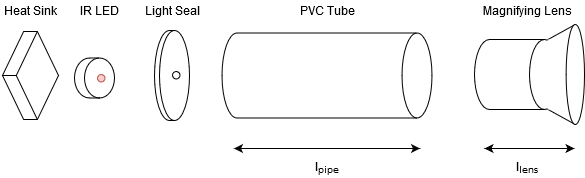
Before: figures/design/beam_tube.png, a diagram exported from draw.io (wylieza/thesis). Source tidied: cells renumbered, new cells last; positions are measured from the earlier drawing's top-left corner, leaving out a move shared by most shapes. Source of this version:
```xml
<mxGraphModel>
  <root>
    <mxCell id="0" />
    <mxCell id="1" parent="0" />
    <mxCell id="2" style="whiteSpace=wrap;html=1;shape=mxgraph.basic.isocube;isoAngle=15;rotation=90;" parent="1" vertex="1">
      <mxGeometry y="77" width="88" height="56" as="geometry" />
    </mxCell>
    <mxCell id="3" style="shape=cylinder3;whiteSpace=wrap;html=1;boundedLbl=1;backgroundOutline=1;size=15;rotation=90;" parent="1" vertex="1">
      <mxGeometry x="298" width="85" height="210" as="geometry" />
    </mxCell>
    <mxCell id="4" style="group;" parent="1" vertex="1">
      <mxGeometry x="88" y="87.5" width="67" height="85" as="geometry" />
    </mxCell>
    <mxCell id="5" style="shape=cylinder3;whiteSpace=wrap;html=1;boundedLbl=1;backgroundOutline=1;size=15;fillColor=#ffffff;rotation=90;" parent="4" vertex="1">
      <mxGeometry width="40" height="40" as="geometry" />
    </mxCell>
    <mxCell id="6" style="ellipse;whiteSpace=wrap;html=1;fillColor=#f8cecc;strokeColor=#b85450;" parent="4" vertex="1">
      <mxGeometry x="23" y="16.5" width="7.5" height="7.5" as="geometry" />
    </mxCell>
    <mxCell id="7" style="group;" parent="1" vertex="1">
      <mxGeometry x="168" y="60" width="35" height="90" as="geometry" />
    </mxCell>
    <mxCell id="8" style="shape=cylinder3;whiteSpace=wrap;html=1;boundedLbl=1;backgroundOutline=1;size=15;fillColor=#ffffff;rotation=90;" parent="7" vertex="1">
      <mxGeometry x="-27.5" y="27.5" width="90" height="35" as="geometry" />
    </mxCell>
    <mxCell id="9" style="ellipse;whiteSpace=wrap;html=1;fillColor=#ffffff;" parent="7" vertex="1">
      <mxGeometry x="18" y="41" width="7.5" height="7.5" as="geometry" />
    </mxCell>
    <mxCell id="10" value="PVC Tube" style="text;html=1;strokeColor=none;fillColor=none;align=center;verticalAlign=middle;whiteSpace=wrap;rounded=0;" parent="1" vertex="1">
      <mxGeometry x="310.5" y="30" width="60" height="20" as="geometry" />
    </mxCell>
    <mxCell id="11" value="Magnifying Lens" style="text;html=1;strokeColor=none;fillColor=none;align=center;verticalAlign=middle;whiteSpace=wrap;rounded=0;" parent="1" vertex="1">
      <mxGeometry x="490.5" y="30" width="100" height="20" as="geometry" />
    </mxCell>
    <mxCell id="12" value="Light Seal" style="text;html=1;strokeColor=none;fillColor=none;align=center;verticalAlign=middle;whiteSpace=wrap;rounded=0;" parent="1" vertex="1">
      <mxGeometry x="145.5" y="30" width="80" height="20" as="geometry" />
    </mxCell>
    <mxCell id="13" value="IR LED" style="text;html=1;strokeColor=none;fillColor=none;align=center;verticalAlign=middle;whiteSpace=wrap;rounded=0;" parent="1" vertex="1">
      <mxGeometry x="88" y="30" width="50" height="20" as="geometry" />
    </mxCell>
    <mxCell id="14" value="Heat Sink" style="text;html=1;strokeColor=none;fillColor=none;align=center;verticalAlign=middle;whiteSpace=wrap;rounded=0;" parent="1" vertex="1">
      <mxGeometry x="14" y="30" width="60" height="20" as="geometry" />
    </mxCell>
    <mxCell id="15" style="endArrow=classic;startArrow=classic;html=1;" parent="1" edge="1">
      <mxGeometry relative="1" as="geometry">
        <mxPoint x="247.5" y="178" as="sourcePoint" />
        <mxPoint x="433.5" y="178" as="targetPoint" />
      </mxGeometry>
    </mxCell>
    <mxCell id="16" style="endArrow=classic;startArrow=classic;html=1;" parent="1" edge="1">
      <mxGeometry relative="1" as="geometry">
        <mxPoint x="498" y="178" as="sourcePoint" />
        <mxPoint x="588" y="178" as="targetPoint" />
      </mxGeometry>
    </mxCell>
    <mxCell id="17" value="l&lt;sub&gt;pipe&lt;/sub&gt;" style="text;html=1;strokeColor=none;fillColor=none;align=center;verticalAlign=middle;whiteSpace=wrap;rounded=0;" parent="1" vertex="1">
      <mxGeometry x="320.5" y="186.5" width="40" height="20" as="geometry" />
    </mxCell>
    <mxCell id="18" value="l&lt;sub&gt;lens&lt;/sub&gt;" style="text;html=1;strokeColor=none;fillColor=none;align=center;verticalAlign=middle;whiteSpace=wrap;rounded=0;" parent="1" vertex="1">
      <mxGeometry x="520.5" y="186.5" width="40" height="20" as="geometry" />
    </mxCell>
    <mxCell id="19" style="verticalLabelPosition=bottom;verticalAlign=top;html=1;shape=mxgraph.basic.cone;rotation=-90;" parent="1" vertex="1">
      <mxGeometry x="498" y="54" width="100" height="100" as="geometry" />
    </mxCell>
    <mxCell id="20" style="shape=cylinder3;whiteSpace=wrap;html=1;boundedLbl=1;backgroundOutline=1;size=15;fillColor=#ffffff;rotation=90;" parent="1" vertex="1">
      <mxGeometry x="495.5" y="61.5" width="70" height="85" as="geometry" />
    </mxCell>
    <mxCell id="21" style="rounded=0;whiteSpace=wrap;html=1;fillColor=#ffffff;direction=south;strokeColor=none;" parent="1" vertex="1">
      <mxGeometry x="561" y="69" width="16" height="70" as="geometry" />
    </mxCell>
  </root>
</mxGraphModel>
```
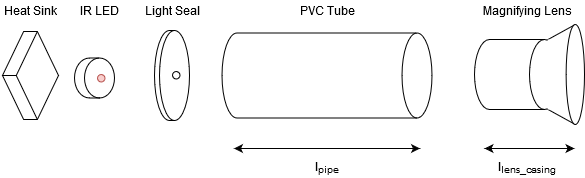
Later version of the same file.

Commit message:
light focus system

Change to the diagram source:
```diff
@@ -56,7 +56,7 @@
     <mxCell id="17" value="l&lt;sub&gt;pipe&lt;/sub&gt;" style="text;html=1;strokeColor=none;fillColor=none;align=center;verticalAlign=middle;whiteSpace=wrap;rounded=0;" parent="1" vertex="1">
       <mxGeometry x="320.5" y="186.5" width="40" height="20" as="geometry" />
     </mxCell>
-    <mxCell id="18" value="l&lt;sub&gt;lens&lt;/sub&gt;" style="text;html=1;strokeColor=none;fillColor=none;align=center;verticalAlign=middle;whiteSpace=wrap;rounded=0;" parent="1" vertex="1">
+    <mxCell id="18" value="l&lt;sub&gt;lens_casing&lt;/sub&gt;" style="text;html=1;strokeColor=none;fillColor=none;align=center;verticalAlign=middle;whiteSpace=wrap;rounded=0;" parent="1" vertex="1">
       <mxGeometry x="520.5" y="186.5" width="40" height="20" as="geometry" />
     </mxCell>
     <mxCell id="19" style="verticalLabelPosition=bottom;verticalAlign=top;html=1;shape=mxgraph.basic.cone;rotation=-90;" parent="1" vertex="1">
```
